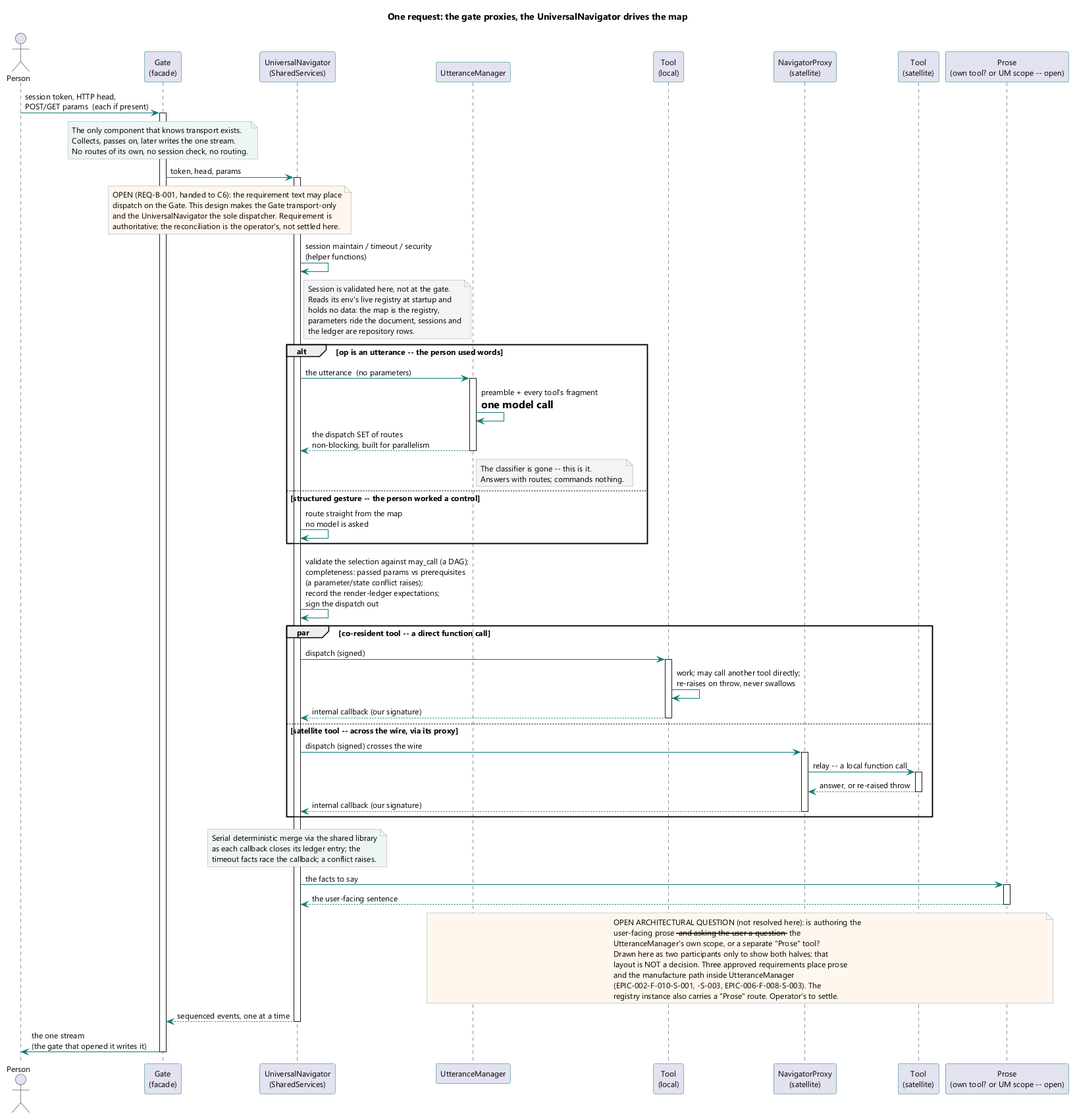
This is brain/machine_artifacts/diagramsAndImages/rendered/findcare_gate_sequence.png from SkipSnow/ChatHealthyRepo, a PlantUML export, as it was before one commit.
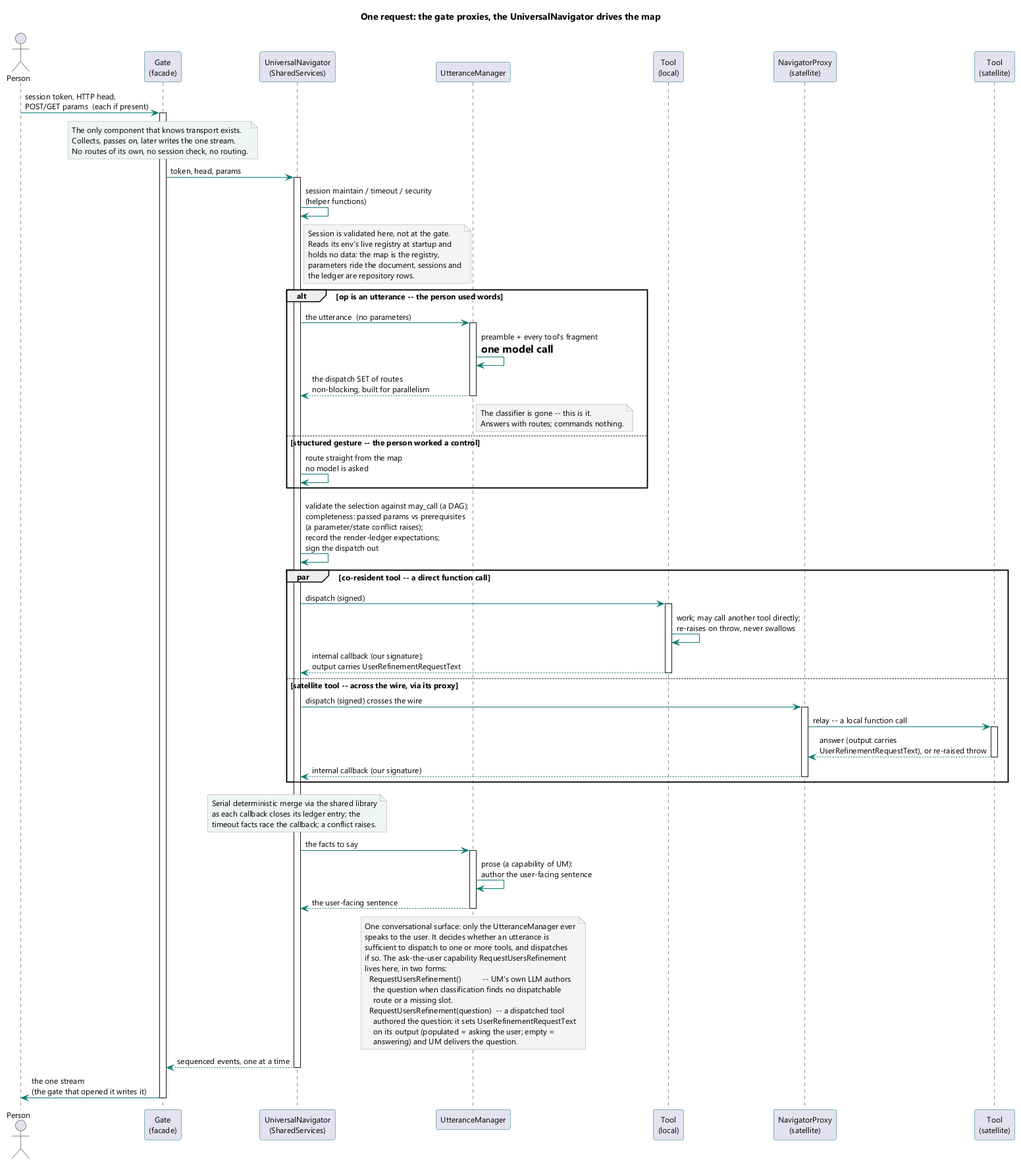
The same file after the commit.

What changed in the source:
```diff
@@ -16,7 +16,6 @@
 participant "Tool\n(local)" as LOC
 participant "NavigatorProxy\n(satellite)" as PXY
 participant "Tool\n(satellite)" as SAT
-participant "Prose\n(own tool? or UM scope -- open)" as PROSE
 
 Person -> GATE : session token, HTTP head,\nPOST/GET params  (each if present)
 activate GATE
@@ -27,13 +26,6 @@
 end note
 GATE -> UN : token, head, params
 activate UN
-
-note over GATE, UN #fff7ed
-  OPEN (REQ-B-001, handed to C6): the requirement text may place
-  dispatch on the Gate. This design makes the Gate transport-only
-  and the UniversalNavigator the sole dispatcher. Requirement is
-  authoritative; the reconciliation is the operator's, not settled here.
-end note
 
 UN -> UN : session maintain / timeout / security\n(helper functions)
 note right of UN #f3f4f6
@@ -64,14 +56,14 @@
   UN -> LOC : dispatch (signed)
   activate LOC
   LOC -> LOC : work; may call another tool directly;\nre-raises on throw, never swallows
-  LOC --> UN : internal callback (our signature)
+  LOC --> UN : internal callback (our signature);\noutput carries UserRefinementRequestText
   deactivate LOC
 else satellite tool -- across the wire, via its proxy
   UN -> PXY : dispatch (signed) crosses the wire
   activate PXY
   PXY -> SAT : relay -- a local function call
   activate SAT
-  SAT --> PXY : answer, or re-raised throw
+  SAT --> PXY : answer (output carries\nUserRefinementRequestText), or re-raised throw
   deactivate SAT
   PXY --> UN : internal callback (our signature)
   deactivate PXY
@@ -83,19 +75,24 @@
   timeout facts race the callback; a conflict raises.
 end note
 
-UN -> PROSE : the facts to say
-activate PROSE
-PROSE --> UN : the user-facing sentence
-deactivate PROSE
-note over UM, PROSE #fff7ed
-  OPEN ARCHITECTURAL QUESTION (not resolved here): is authoring the
-  user-facing prose -- and asking the user a question -- the
-  UtteranceManager's own scope, or a separate "Prose" tool?
-  Drawn here as two participants only to show both halves; that
-  layout is NOT a decision. Three approved requirements place prose
-  and the manufacture path inside UtteranceManager
-  (EPIC-002-F-010-S-001, -S-003, EPIC-006-F-008-S-003). The
-  registry instance also carries a "Prose" route. Operator's to settle.
+UN -> UM : the facts to say
+activate UM
+UM -> UM : prose (a capability of UM):\nauthor the user-facing sentence
+UM --> UN : the user-facing sentence
+deactivate UM
+note over UM #f3f4f6
+  One conversational surface: only the UtteranceManager ever
+  speaks to the user. It decides whether an utterance is
+  sufficient to dispatch to one or more tools, and dispatches
+  if so. The ask-the-user capability RequestUsersRefinement
+  lives here, in two forms:
+    RequestUsersRefinement()          -- UM's own LLM authors
+      the question when classification finds no dispatchable
+      route or a missing slot.
+    RequestUsersRefinement(question)  -- a dispatched tool
+      authored the question: it sets UserRefinementRequestText
+      on its output (populated = asking the user; empty =
+      answering) and UM delivers the question.
 end note
 
 UN --> GATE : sequenced events, one at a time
```
